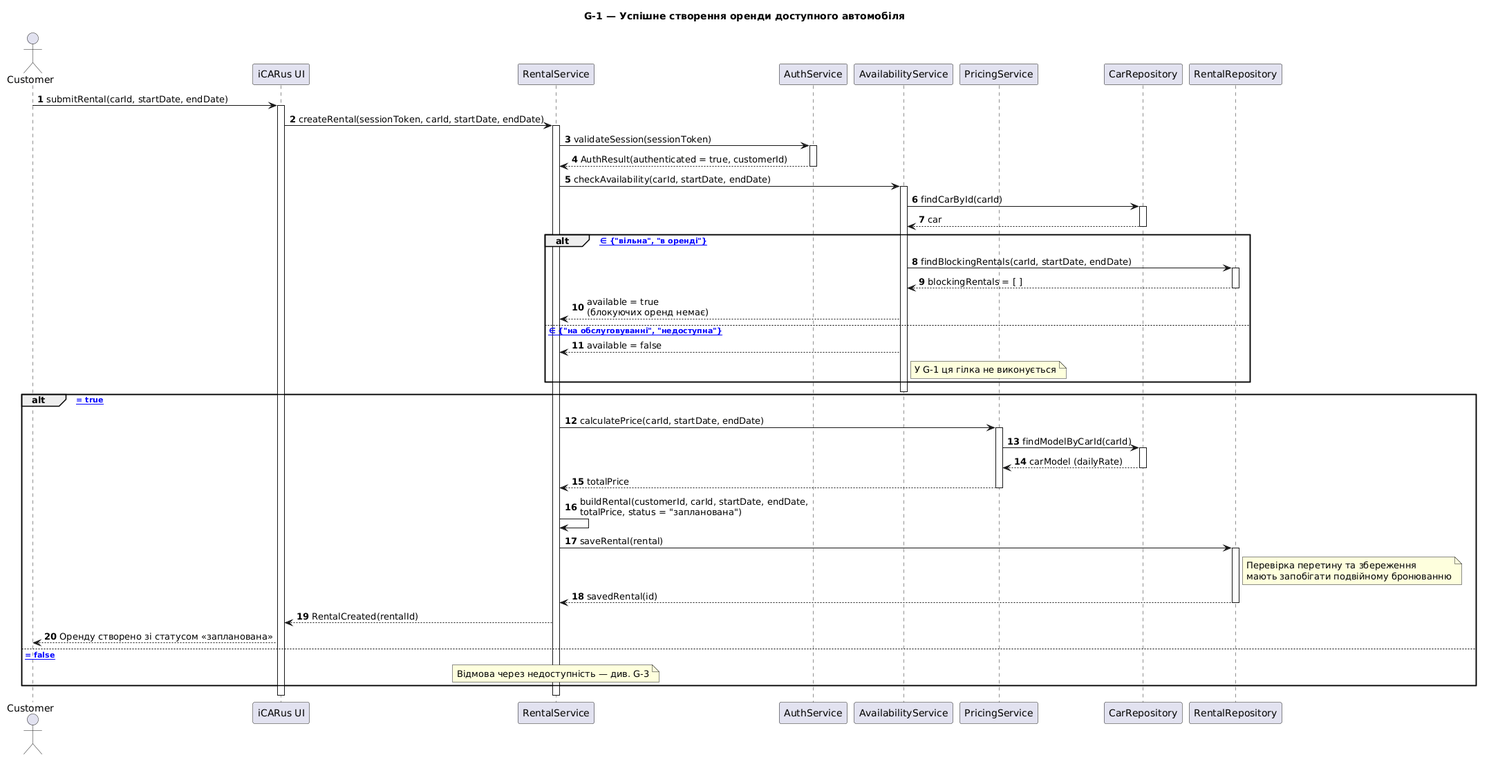
The PlantUML diagram Lab3/diagrams_photos/g1-successful-rental.png in NICkBril/2KPI_labs, before a commit. Its source is kept beside it as Lab3/diagrams/g1-successful-rental.puml.
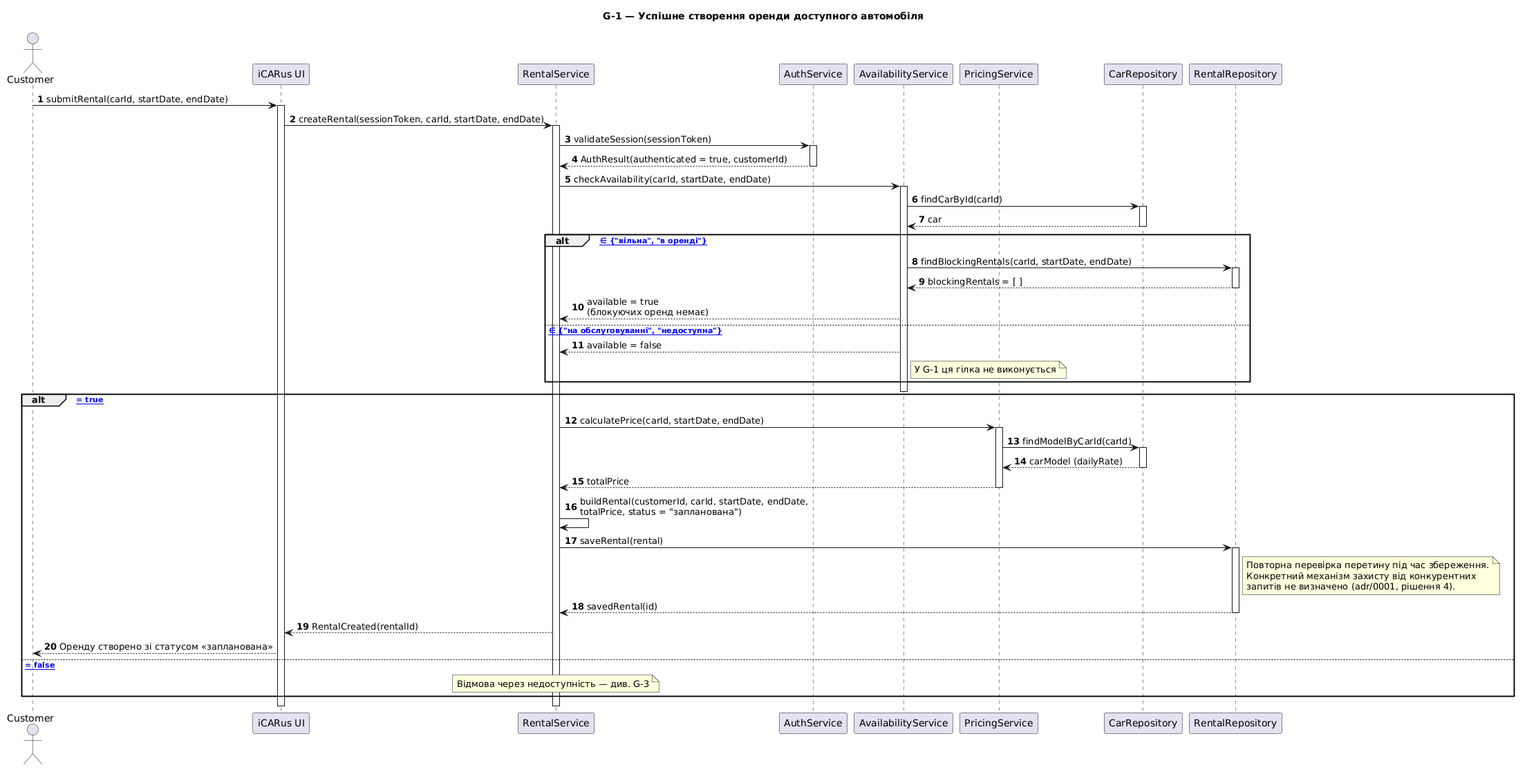
The same file after the commit.

The edit, as a diff of the source:
```diff
@@ -55,8 +55,9 @@
     RS -> RR : saveRental(rental)
     activate RR
     note right of RR
-        Перевірка перетину та збереження
-        мають запобігати подвійному бронюванню
+        Повторна перевірка перетину під час збереження.
+        Конкретний механізм захисту від конкурентних
+        запитів не визначено (adr/0001, рішення 4).
     end note
     RR --> RS : savedRental(id)
     deactivate RR
```
